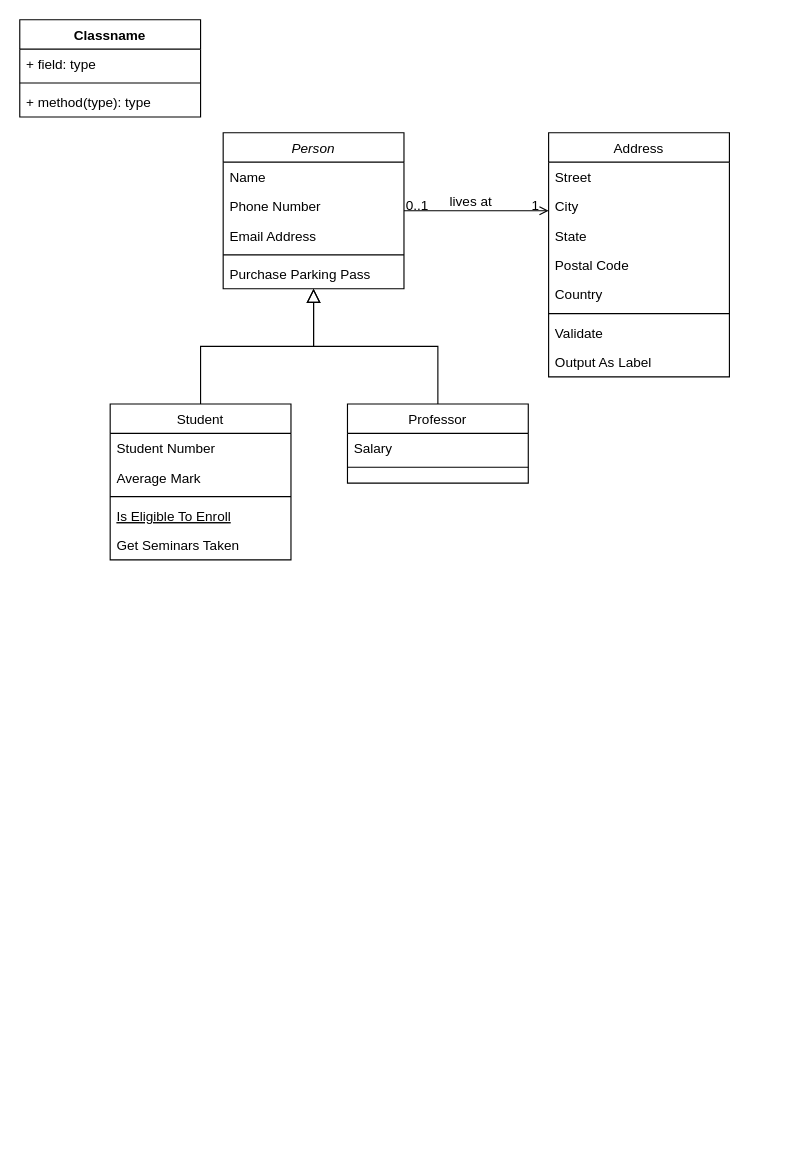
Above: diagrams/class diagram.drawio in chamodi2001/MDCGunathilaka_MaterialBasedSizes (draw.io), before the change. Source tidied: cells renumbered, new cells numbered last; positions are measured from the earlier drawing's top-left corner, leaving out a move shared by most shapes. Both pictures are drawn from the tidied source at 113%, with x=0, y=0 at pixel (19, 19).
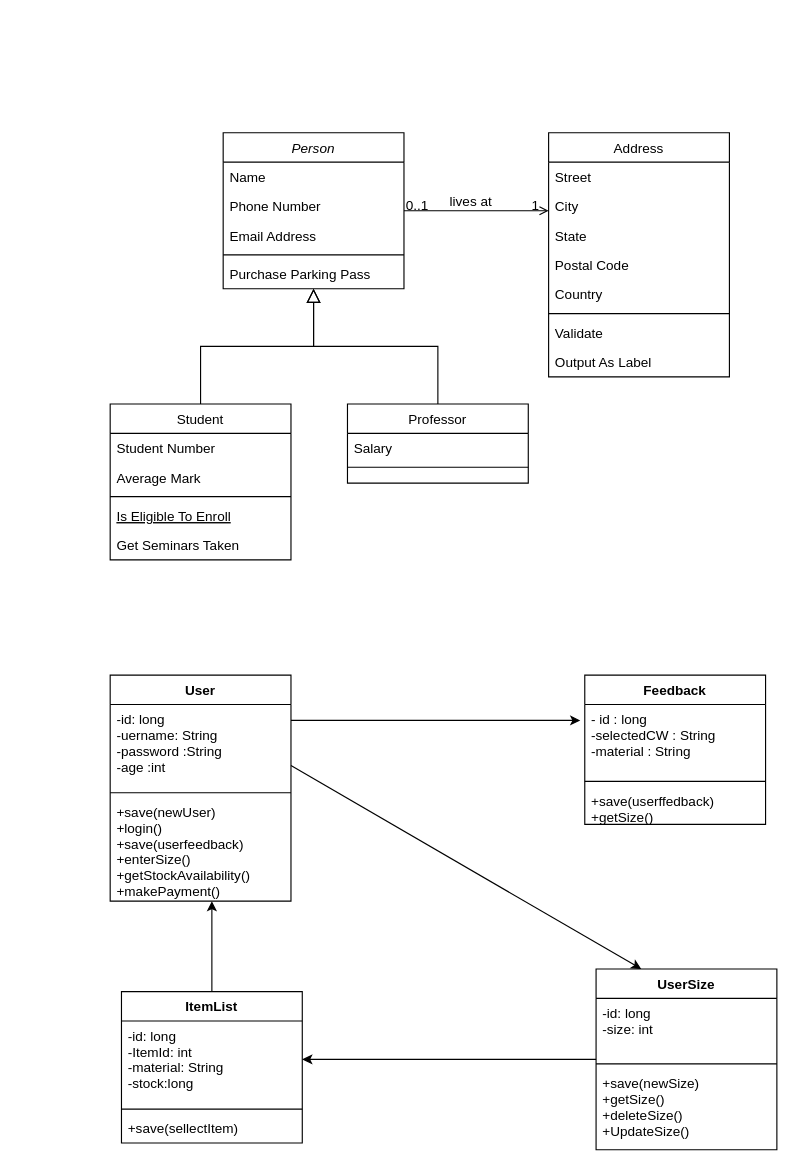
After the change.

Change to the diagram source:
```diff
@@
-    <mxCell id="32" value="Classname" style="swimlane;fontStyle=1;align=center;verticalAlign=top;horizontal=1;startSize=26;" parent="1" vertex="1">
-      <mxGeometry width="160" height="86" as="geometry" />
-    </mxCell>
-    <mxCell id="33" value="+ field: type" style="text;strokeColor=none;fillColor=none;align=left;verticalAlign=top;spacingLeft=4;spacingRight=4;overflow=hidden;" parent="32" vertex="1">
-      <mxGeometry y="26" width="160" height="26" as="geometry" />
-    </mxCell>
-    <mxCell id="34" style="line;strokeWidth=1;fillColor=none;align=left;verticalAlign=middle;spacingTop=-1;spacingLeft=3;spacingRight=3;labelPosition=right;strokeColor=inherit;" parent="32" vertex="1">
-      <mxGeometry y="52" width="160" height="8" as="geometry" />
-    </mxCell>
-    <mxCell id="35" value="+ method(type): type" style="text;strokeColor=none;fillColor=none;align=left;verticalAlign=top;spacingLeft=4;spacingRight=4;overflow=hidden;" parent="32" vertex="1">
-      <mxGeometry y="60" width="160" height="26" as="geometry" />
-    </mxCell>
+    <mxCell id="36" value="User" style="swimlane;fontStyle=1;align=center;verticalAlign=top;horizontal=1;startSize=26;" parent="1" vertex="1">
+      <mxGeometry x="80" y="580" width="160" height="200" as="geometry" />
+    </mxCell>
+    <mxCell id="37" value="-id: long&#10;-uername: String&#10;-password :String&#10;-age :int" style="text;strokeColor=none;fillColor=none;align=left;verticalAlign=top;spacingLeft=4;spacingRight=4;overflow=hidden;" parent="36" vertex="1">
+      <mxGeometry y="26" width="160" height="74" as="geometry" />
+    </mxCell>
+    <mxCell id="38" style="line;strokeWidth=1;fillColor=none;align=left;verticalAlign=middle;spacingTop=-1;spacingLeft=3;spacingRight=3;labelPosition=right;strokeColor=inherit;" parent="36" vertex="1">
+      <mxGeometry y="100" width="160" height="8" as="geometry" />
+    </mxCell>
+    <mxCell id="39" value="+save(newUser)&#10;+login()&#10;+save(userfeedback)&#10;+enterSize()&#10;+getStockAvailability()&#10;+makePayment() " style="text;strokeColor=none;fillColor=none;align=left;verticalAlign=top;spacingLeft=4;spacingRight=4;overflow=hidden;" parent="36" vertex="1">
+      <mxGeometry y="108" width="160" height="92" as="geometry" />
+    </mxCell>
+    <mxCell id="40" value="ItemList" style="swimlane;fontStyle=1;align=center;verticalAlign=top;horizontal=1;startSize=26;" parent="1" vertex="1">
+      <mxGeometry x="90" y="860" width="160" height="134" as="geometry" />
+    </mxCell>
+    <mxCell id="41" value="-id: long&#10;-ItemId: int&#10;-material: String&#10;-stock:long" style="text;strokeColor=none;fillColor=none;align=left;verticalAlign=top;spacingLeft=4;spacingRight=4;overflow=hidden;" parent="40" vertex="1">
+      <mxGeometry y="26" width="160" height="74" as="geometry" />
+    </mxCell>
+    <mxCell id="42" style="line;strokeWidth=1;fillColor=none;align=left;verticalAlign=middle;spacingTop=-1;spacingLeft=3;spacingRight=3;labelPosition=right;strokeColor=inherit;" parent="40" vertex="1">
+      <mxGeometry y="100" width="160" height="8" as="geometry" />
+    </mxCell>
+    <mxCell id="43" value="+save(sellectItem)" style="text;strokeColor=none;fillColor=none;align=left;verticalAlign=top;spacingLeft=4;spacingRight=4;overflow=hidden;" parent="40" vertex="1">
+      <mxGeometry y="108" width="160" height="26" as="geometry" />
+    </mxCell>
+    <mxCell id="44" value="UserSize" style="swimlane;fontStyle=1;align=center;verticalAlign=top;horizontal=1;startSize=26;" parent="1" vertex="1">
+      <mxGeometry x="510" y="840" width="160" height="160" as="geometry" />
+    </mxCell>
+    <mxCell id="45" value="-id: long&#10;-size: int&#10;" style="text;strokeColor=none;fillColor=none;align=left;verticalAlign=top;spacingLeft=4;spacingRight=4;overflow=hidden;points=[[0,0.5],[1,0.5]];portConstraint=eastwest;" parent="44" vertex="1">
+      <mxGeometry y="26" width="160" height="54" as="geometry" />
+    </mxCell>
+    <mxCell id="46" style="line;strokeWidth=1;fillColor=none;align=left;verticalAlign=middle;spacingTop=-1;spacingLeft=3;spacingRight=3;labelPosition=right;strokeColor=inherit;" parent="44" vertex="1">
+      <mxGeometry y="80" width="160" height="8" as="geometry" />
+    </mxCell>
+    <mxCell id="47" value="+save(newSize)&#10;+getSize()&#10;+deleteSize()&#10;+UpdateSize()&#10;" style="text;strokeColor=none;fillColor=none;align=left;verticalAlign=top;spacingLeft=4;spacingRight=4;overflow=hidden;" parent="44" vertex="1">
+      <mxGeometry y="88" width="160" height="72" as="geometry" />
+    </mxCell>
+    <mxCell id="48" value="Feedback" style="swimlane;fontStyle=1;align=center;verticalAlign=top;horizontal=1;startSize=26;" parent="1" vertex="1">
+      <mxGeometry x="500" y="580" width="160" height="132" as="geometry" />
+    </mxCell>
+    <mxCell id="49" value="- id : long&#10;-selectedCW : String&#10;-material : String" style="text;strokeColor=none;fillColor=none;align=left;verticalAlign=top;spacingLeft=4;spacingRight=4;overflow=hidden;points=[[0,0.5],[1,0.5]];portConstraint=eastwest;" parent="48" vertex="1">
+      <mxGeometry y="26" width="160" height="64" as="geometry" />
+    </mxCell>
+    <mxCell id="50" style="line;strokeWidth=1;fillColor=none;align=left;verticalAlign=middle;spacingTop=-1;spacingLeft=3;spacingRight=3;labelPosition=right;strokeColor=inherit;" parent="48" vertex="1">
+      <mxGeometry y="90" width="160" height="8" as="geometry" />
+    </mxCell>
+    <mxCell id="51" value="+save(userffedback) &#10;+getSize()&#10;" style="text;strokeColor=none;fillColor=none;align=left;verticalAlign=top;spacingLeft=4;spacingRight=4;overflow=hidden;" parent="48" vertex="1">
+      <mxGeometry y="98" width="160" height="34" as="geometry" />
+    </mxCell>
+    <mxCell id="52" style="endArrow=classic;html=1;rounded=0;entryX=-0.025;entryY=0.219;entryDx=0;entryDy=0;entryPerimeter=0;" parent="1" edge="1" target="49">
+      <mxGeometry relative="1" as="geometry">
+        <mxPoint x="240" y="620" as="sourcePoint" />
+      </mxGeometry>
+    </mxCell>
+    <mxCell id="53" style="endArrow=classic;html=1;rounded=0;entryX=0.25;entryY=0;entryDx=0;entryDy=0;" parent="1" edge="1" target="44">
+      <mxGeometry relative="1" as="geometry">
+        <mxPoint x="240" y="660" as="sourcePoint" />
+      </mxGeometry>
+    </mxCell>
+    <mxCell id="54" style="endArrow=classic;html=1;rounded=0;exitX=0;exitY=1;exitDx=0;exitDy=0;exitPerimeter=0;" parent="1" edge="1" source="45">
+      <mxGeometry relative="1" as="geometry">
+        <mxPoint x="250" y="920" as="targetPoint" />
+      </mxGeometry>
+    </mxCell>
+    <mxCell id="55" style="endArrow=classic;html=1;rounded=0;exitX=0.5;exitY=0;exitDx=0;exitDy=0;" parent="1" edge="1" source="40">
+      <mxGeometry relative="1" as="geometry">
+        <mxPoint x="170" y="780" as="targetPoint" />
+      </mxGeometry>
+    </mxCell>
```
